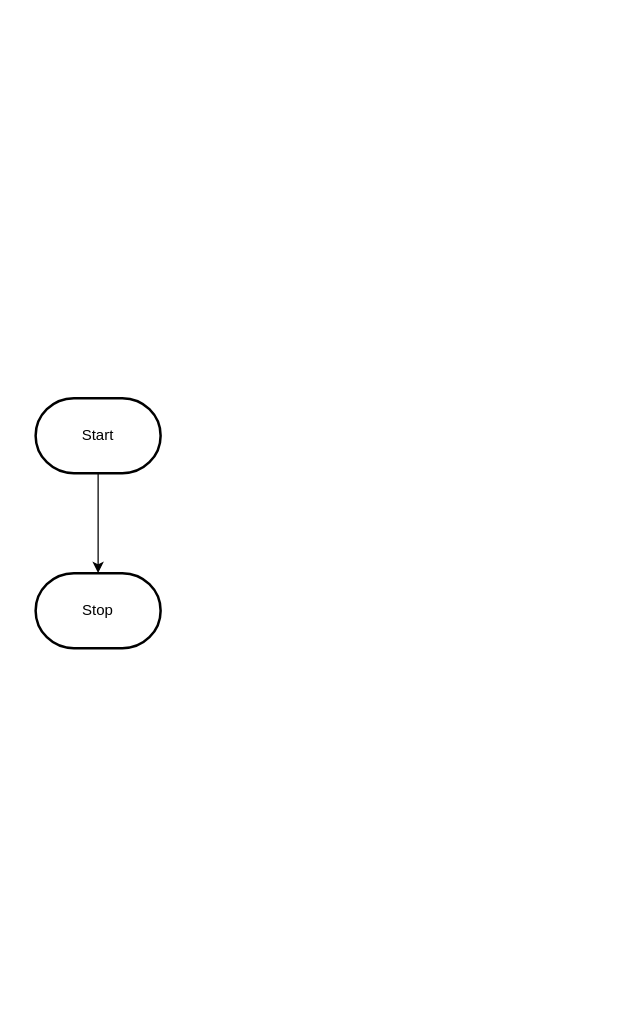
This is design/flowchart.drawio from MTHS-ICS2O-2-2022/ICS2O-Unit-5-04-lamees-hemdan, a draw.io file, before an edit. Source tidied: cells renumbered, new cells numbered last; positions are measured from the earlier drawing's top-left corner, leaving out a move shared by most shapes. Both pictures are drawn from the tidied source at 125%, with x=0, y=0 at pixel (35, 398).
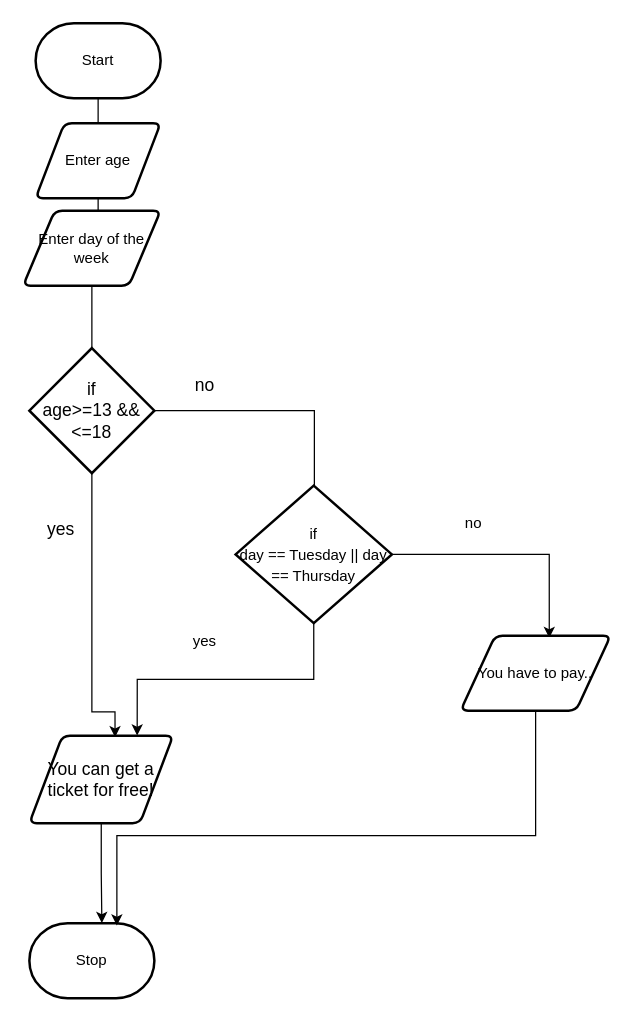
After the change.

The edit, as a diff of the source:
```diff
@@
-    <mxCell id="2" style="edgeStyle=orthogonalEdgeStyle;html=1;rounded=0;" parent="1" edge="1" source="3" target="4">
-      <mxGeometry relative="1" as="geometry" />
-    </mxCell>
     <mxCell id="3" value="Start" style="strokeWidth=2;html=1;shape=mxgraph.flowchart.terminator;whiteSpace=wrap;" parent="1" vertex="1">
-      <mxGeometry width="100" height="60" as="geometry" />
+      <mxGeometry y="-300" width="100" height="60" as="geometry" />
     </mxCell>
     <mxCell id="4" value="Stop" style="strokeWidth=2;html=1;shape=mxgraph.flowchart.terminator;whiteSpace=wrap;" parent="1" vertex="1">
-      <mxGeometry y="140" width="100" height="60" as="geometry" />
+      <mxGeometry x="-5" y="420" width="100" height="60" as="geometry" />
     </mxCell>
+    <mxCell id="5" style="edgeStyle=orthogonalEdgeStyle;html=1;rounded=0;endArrow=none;" parent="1" edge="1" source="3" target="6">
+      <mxGeometry relative="1" as="geometry" />
+    </mxCell>
+    <mxCell id="6" value="Enter age" style="shape=parallelogram;html=1;strokeWidth=2;perimeter=parallelogramPerimeter;whiteSpace=wrap;rounded=1;arcSize=12;size=0.23;" parent="1" vertex="1">
+      <mxGeometry y="-220" width="100" height="60" as="geometry" />
+    </mxCell>
+    <mxCell id="7" style="edgeStyle=orthogonalEdgeStyle;html=1;rounded=0;startArrow=none;endArrow=none;" parent="1" edge="1" source="6" target="8">
+      <mxGeometry relative="1" as="geometry" />
+    </mxCell>
+    <mxCell id="8" value="Enter day of the week" style="shape=parallelogram;html=1;strokeWidth=2;perimeter=parallelogramPerimeter;whiteSpace=wrap;rounded=1;arcSize=12;size=0.23;" parent="1" vertex="1">
+      <mxGeometry x="-10" y="-150" width="110" height="60" as="geometry" />
+    </mxCell>
+    <mxCell id="9" style="edgeStyle=orthogonalEdgeStyle;html=1;rounded=0;startArrow=none;endArrow=none;" parent="1" edge="1" source="8" target="11">
+      <mxGeometry relative="1" as="geometry" />
+    </mxCell>
+    <mxCell id="10" style="edgeStyle=orthogonalEdgeStyle;rounded=0;html=1;exitX=0.5;exitY=1;exitDx=0;exitDy=0;exitPerimeter=0;entryX=0.596;entryY=0.018;entryDx=0;entryDy=0;fontSize=12;entryPerimeter=0;" parent="1" edge="1" source="11" target="13">
+      <mxGeometry relative="1" as="geometry">
+        <Array as="points">
+          <mxPoint x="45" y="251" />
+        </Array>
+      </mxGeometry>
+    </mxCell>
+    <mxCell id="11" value="if&lt;br&gt;age&amp;gt;=13 &amp;amp;&amp;amp; &amp;lt;=18" style="strokeWidth=2;html=1;shape=mxgraph.flowchart.decision;whiteSpace=wrap;fontSize=14;" parent="1" vertex="1">
+      <mxGeometry x="-5" y="-40" width="100" height="100" as="geometry" />
+    </mxCell>
+    <mxCell id="12" style="edgeStyle=orthogonalEdgeStyle;rounded=0;html=1;exitX=0.5;exitY=1;exitDx=0;exitDy=0;entryX=0.58;entryY=-0.001;entryDx=0;entryDy=0;entryPerimeter=0;fontSize=12;" parent="1" edge="1" source="13" target="4">
+      <mxGeometry relative="1" as="geometry" />
+    </mxCell>
+    <mxCell id="13" value="You can get a ticket for free!" style="shape=parallelogram;html=1;strokeWidth=2;perimeter=parallelogramPerimeter;whiteSpace=wrap;rounded=1;arcSize=12;size=0.23;fontSize=14;" parent="1" vertex="1">
+      <mxGeometry x="-5" y="270" width="115" height="70" as="geometry" />
+    </mxCell>
+    <mxCell id="14" value="yes" style="text;html=1;align=center;verticalAlign=middle;strokeColor=none;fillColor=none;fontSize=14;" parent="1" vertex="1">
+      <mxGeometry x="-5" y="90" width="50" height="30" as="geometry" />
+    </mxCell>
+    <mxCell id="15" value="no" style="text;html=1;align=center;verticalAlign=middle;strokeColor=none;fillColor=none;fontSize=14;" parent="1" vertex="1">
+      <mxGeometry x="115" y="-25" width="40" height="30" as="geometry" />
+    </mxCell>
+    <mxCell id="16" style="edgeStyle=orthogonalEdgeStyle;html=1;rounded=0;startArrow=none;endArrow=none;" parent="1" edge="1" source="11" target="19">
+      <mxGeometry relative="1" as="geometry">
+        <Array as="points">
+          <mxPoint x="223" y="10" />
+        </Array>
+      </mxGeometry>
+    </mxCell>
+    <mxCell id="17" style="edgeStyle=orthogonalEdgeStyle;rounded=0;html=1;exitX=0.5;exitY=1;exitDx=0;exitDy=0;exitPerimeter=0;entryX=0.75;entryY=0;entryDx=0;entryDy=0;fontSize=12;" parent="1" edge="1" source="19" target="13">
+      <mxGeometry relative="1" as="geometry" />
+    </mxCell>
+    <mxCell id="18" style="edgeStyle=orthogonalEdgeStyle;rounded=0;html=1;exitX=1;exitY=0.5;exitDx=0;exitDy=0;exitPerimeter=0;fontSize=12;entryX=0.591;entryY=0.031;entryDx=0;entryDy=0;entryPerimeter=0;" parent="1" edge="1" source="19" target="23">
+      <mxGeometry relative="1" as="geometry" />
+    </mxCell>
+    <mxCell id="19" value="&lt;font style=&quot;font-size: 12px;&quot;&gt;if&lt;br&gt;day == Tuesday || day == Thursday&lt;/font&gt;" style="strokeWidth=2;html=1;shape=mxgraph.flowchart.decision;whiteSpace=wrap;fontSize=14;" parent="1" vertex="1">
+      <mxGeometry x="160" y="70" width="125" height="110" as="geometry" />
+    </mxCell>
+    <mxCell id="20" value="yes" style="text;html=1;align=center;verticalAlign=middle;strokeColor=none;fillColor=none;fontSize=12;" parent="1" vertex="1">
+      <mxGeometry x="115" y="180" width="40" height="30" as="geometry" />
+    </mxCell>
+    <mxCell id="21" value="no" style="text;html=1;align=center;verticalAlign=middle;strokeColor=none;fillColor=none;fontSize=12;" parent="1" vertex="1">
+      <mxGeometry x="330" y="85" width="40" height="30" as="geometry" />
+    </mxCell>
+    <mxCell id="22" style="edgeStyle=orthogonalEdgeStyle;rounded=0;html=1;exitX=0.5;exitY=1;exitDx=0;exitDy=0;entryX=0.7;entryY=0.032;entryDx=0;entryDy=0;entryPerimeter=0;fontSize=12;" parent="1" edge="1" source="23" target="4">
+      <mxGeometry relative="1" as="geometry">
+        <Array as="points">
+          <mxPoint x="400" y="350" />
+          <mxPoint x="65" y="350" />
+        </Array>
+      </mxGeometry>
+    </mxCell>
+    <mxCell id="23" value="You have to pay.." style="shape=parallelogram;html=1;strokeWidth=2;perimeter=parallelogramPerimeter;whiteSpace=wrap;rounded=1;arcSize=12;size=0.23;fontSize=12;" parent="1" vertex="1">
+      <mxGeometry x="340" y="190" width="120" height="60" as="geometry" />
+    </mxCell>
```
